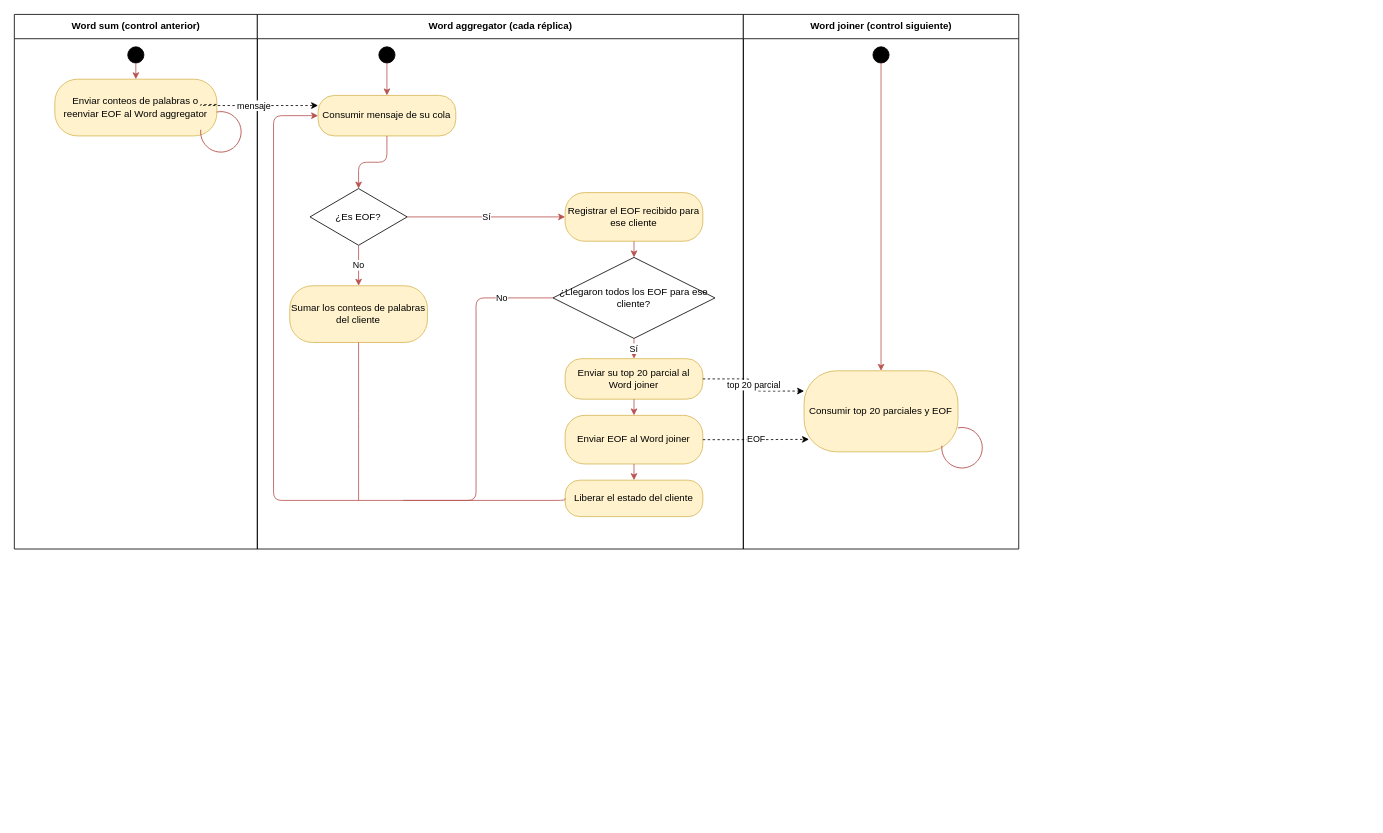
LuccaMarino/tp-grupal_Distribuidos keeps this draw.io diagram as diseño/diagramas/actividades.drawio. Above is the earlier version. Source tidied: cells renumbered, new cells numbered last; positions are measured from the earlier drawing's top-left corner, leaving out a move shared by most shapes. Both pictures are drawn from the tidied source at 81%, with x=0, y=0 at pixel (14, 14).
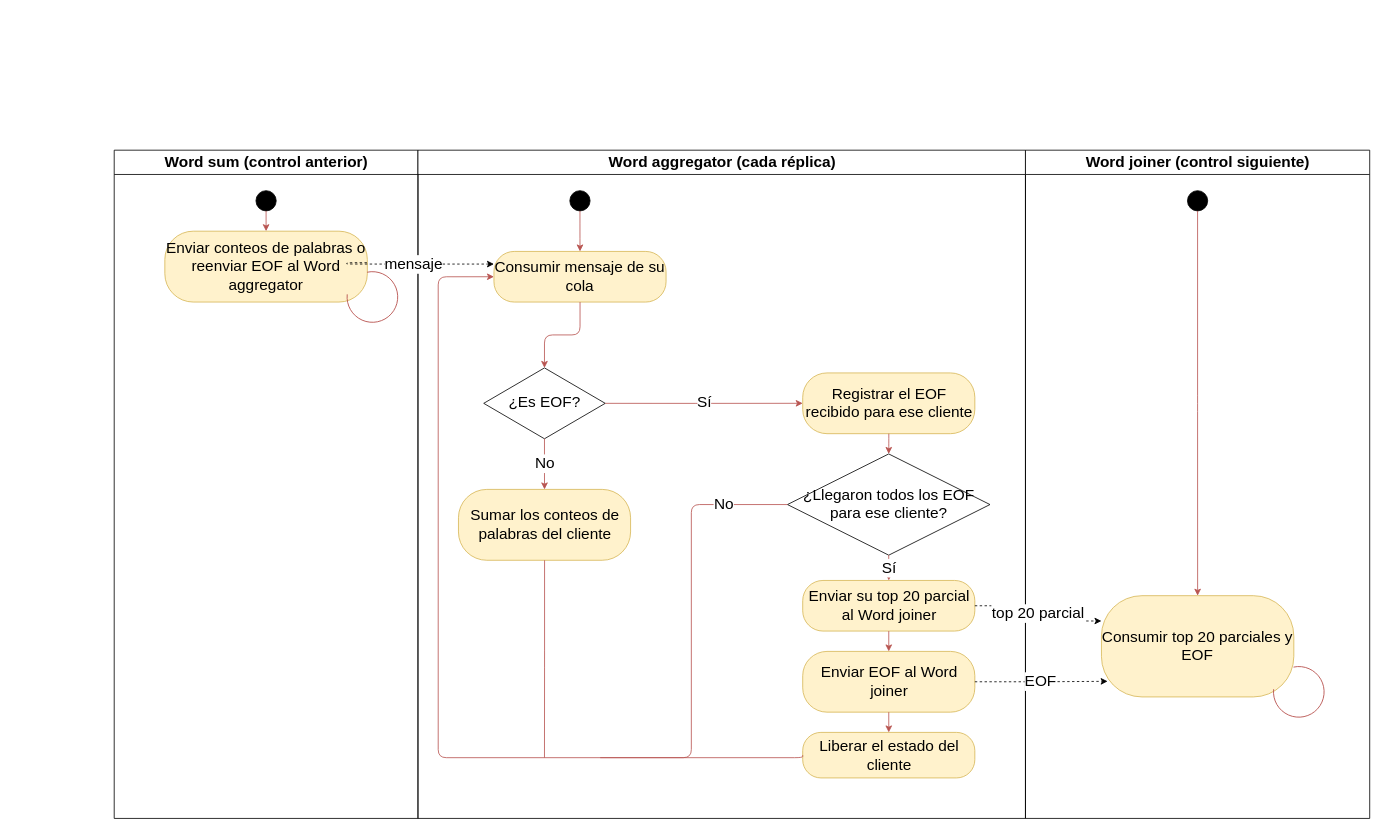
Above is the later version.

Commit message (it also covers changes not shown here):
Cambios en integrantes y diagramas con fondo blanco

Diff of the diagram source:
```diff
@@
-    <mxCell id="2" value="Word sum (control anterior)" style="swimlane;html=1;startSize=30;fontStyle=1;" parent="1" vertex="1">
-      <mxGeometry x="0.2" y="0.3" width="300" height="660" as="geometry" />
+    <mxCell id="2" value="Word sum (control anterior)" style="swimlane;html=1;startSize=30;fontStyle=1;fontSize=19;" parent="1" vertex="1">
+      <mxGeometry x="123.5" y="167.9" width="375" height="825" as="geometry" />
     </mxCell>
     <mxCell id="3" style="ellipse;fillColor=#000000;strokeColor=#000000;html=1;" parent="2" vertex="1">
-      <mxGeometry x="140" y="40" width="20" height="20" as="geometry" />
+      <mxGeometry x="175" y="50" width="25" height="25" as="geometry" />
     </mxCell>
-    <mxCell id="4" value="Enviar conteos de palabras o reenviar EOF al Word aggregator" style="rounded=1;arcSize=40;whiteSpace=wrap;html=1;fillColor=#fff2cc;strokeColor=#d6b656;" parent="2" vertex="1">
-      <mxGeometry x="50" y="80" width="200" height="70" as="geometry" />
+    <mxCell id="4" value="Enviar conteos de palabras o reenviar EOF al Word aggregator" style="rounded=1;arcSize=40;whiteSpace=wrap;html=1;fillColor=#fff2cc;strokeColor=#d6b656;fontSize=19;" parent="2" vertex="1">
+      <mxGeometry x="62.5" y="100" width="250" height="87.5" as="geometry" />
     </mxCell>
     <mxCell id="5" style="shape=mxgraph.basic.arc;html=1;startAngle=0.3;endAngle=0.1;endArrow=classic;endFill=1;rotation=-120;strokeColor=#b85450;" parent="2" vertex="1">
-      <mxGeometry x="230" y="120" width="50" height="50" as="geometry" />
+      <mxGeometry x="287.5" y="150" width="62.5" height="62.5" as="geometry" />
     </mxCell>
-    <mxCell id="6" value="Word aggregator (cada réplica)" style="swimlane;html=1;startSize=30;fontStyle=1;" parent="1" vertex="1">
-      <mxGeometry x="300.2" y="0.3" width="600" height="660" as="geometry" />
+    <mxCell id="6" value="Word aggregator (cada réplica)" style="swimlane;html=1;startSize=30;fontStyle=1;fontSize=19;" parent="1" vertex="1">
+      <mxGeometry x="498.5" y="167.9" width="750" height="825" as="geometry" />
     </mxCell>
-    <mxCell id="7" value="Consumir mensaje de su cola" style="rounded=1;arcSize=40;whiteSpace=wrap;html=1;fillColor=#fff2cc;strokeColor=#d6b656;" parent="6" vertex="1">
-      <mxGeometry x="75" y="100" width="170" height="50" as="geometry" />
+    <mxCell id="7" value="Consumir mensaje de su cola" style="rounded=1;arcSize=40;whiteSpace=wrap;html=1;fillColor=#fff2cc;strokeColor=#d6b656;fontSize=19;" parent="6" vertex="1">
+      <mxGeometry x="93.8" y="125" width="212.5" height="62.5" as="geometry" />
     </mxCell>
-    <mxCell id="8" value="¿Es EOF?" style="rhombus;whiteSpace=wrap;html=1;fillColor=#ffffff;" parent="6" vertex="1">
-      <mxGeometry x="65" y="215" width="120" height="70" as="geometry" />
+    <mxCell id="8" value="¿Es EOF?" style="rhombus;whiteSpace=wrap;html=1;fillColor=#ffffff;fontSize=19;" parent="6" vertex="1">
+      <mxGeometry x="81.2" y="268.8" width="150" height="87.5" as="geometry" />
     </mxCell>
-    <mxCell id="9" value="Sumar los conteos de palabras del cliente" style="rounded=1;arcSize=40;whiteSpace=wrap;html=1;fillColor=#fff2cc;strokeColor=#d6b656;" parent="6" vertex="1">
-      <mxGeometry x="40" y="335" width="170" height="70" as="geometry" />
+    <mxCell id="9" value="Sumar los conteos de palabras del cliente" style="rounded=1;arcSize=40;whiteSpace=wrap;html=1;fillColor=#fff2cc;strokeColor=#d6b656;fontSize=19;" parent="6" vertex="1">
+      <mxGeometry x="50" y="418.8" width="212.5" height="87.5" as="geometry" />
     </mxCell>
-    <mxCell id="10" value="Registrar el EOF recibido para ese cliente" style="rounded=1;arcSize=40;whiteSpace=wrap;html=1;fillColor=#fff2cc;strokeColor=#d6b656;" parent="6" vertex="1">
-      <mxGeometry x="380" y="220" width="170" height="60" as="geometry" />
+    <mxCell id="10" value="Registrar el EOF recibido para ese cliente" style="rounded=1;arcSize=40;whiteSpace=wrap;html=1;fillColor=#fff2cc;strokeColor=#d6b656;fontSize=19;" parent="6" vertex="1">
+      <mxGeometry x="475" y="275" width="212.5" height="75" as="geometry" />
     </mxCell>
-    <mxCell id="11" value="¿Llegaron todos los EOF para ese cliente?" style="rhombus;whiteSpace=wrap;html=1;fillColor=#ffffff;" parent="6" vertex="1">
-      <mxGeometry x="365" y="300" width="200" height="100" as="geometry" />
+    <mxCell id="11" value="¿Llegaron todos los EOF para ese cliente?" style="rhombus;whiteSpace=wrap;html=1;fillColor=#ffffff;fontSize=19;" parent="6" vertex="1">
+      <mxGeometry x="456.2" y="375" width="250" height="125" as="geometry" />
     </mxCell>
-    <mxCell id="12" value="Enviar su top 20 parcial al Word joiner" style="rounded=1;arcSize=40;whiteSpace=wrap;html=1;fillColor=#fff2cc;strokeColor=#d6b656;" parent="6" vertex="1">
-      <mxGeometry x="380" y="425" width="170" height="50" as="geometry" />
+    <mxCell id="12" value="Enviar su top 20 parcial al Word joiner" style="rounded=1;arcSize=40;whiteSpace=wrap;html=1;fillColor=#fff2cc;strokeColor=#d6b656;fontSize=19;" parent="6" vertex="1">
+      <mxGeometry x="475" y="531.2" width="212.5" height="62.5" as="geometry" />
     </mxCell>
-    <mxCell id="13" value="Enviar EOF al Word joiner" style="rounded=1;arcSize=40;whiteSpace=wrap;html=1;fillColor=#fff2cc;strokeColor=#d6b656;" parent="6" vertex="1">
-      <mxGeometry x="380" y="495" width="170" height="60" as="geometry" />
+    <mxCell id="13" value="Enviar EOF al Word joiner" style="rounded=1;arcSize=40;whiteSpace=wrap;html=1;fillColor=#fff2cc;strokeColor=#d6b656;fontSize=19;" parent="6" vertex="1">
+      <mxGeometry x="475" y="618.8" width="212.5" height="75" as="geometry" />
     </mxCell>
-    <mxCell id="14" value="Liberar el estado del cliente" style="rounded=1;arcSize=40;whiteSpace=wrap;html=1;fillColor=#fff2cc;strokeColor=#d6b656;" parent="6" vertex="1">
-      <mxGeometry x="380" y="575" width="170" height="45" as="geometry" />
+    <mxCell id="14" value="Liberar el estado del cliente" style="rounded=1;arcSize=40;whiteSpace=wrap;html=1;fillColor=#fff2cc;strokeColor=#d6b656;fontSize=19;" parent="6" vertex="1">
+      <mxGeometry x="475" y="718.8" width="212.5" height="56.2" as="geometry" />
     </mxCell>
     <mxCell id="15" style="ellipse;fillColor=#000000;strokeColor=#000000;html=1;" parent="6" vertex="1">
-      <mxGeometry x="150" y="40" width="20" height="20" as="geometry" />
+      <mxGeometry x="187.5" y="50" width="25" height="25" as="geometry" />
     </mxCell>
@@
     <mxCell id="17" style="edgeStyle=orthogonalEdgeStyle;html=1;endArrow=classic;strokeColor=#b85450;exitX=0;exitY=0.5;entryX=0;entryY=0.5;entryDx=0;entryDy=0;" parent="6" edge="1" source="14" target="7">
       <mxGeometry x="0.01" relative="1" as="geometry">
         <Array as="points">
-          <mxPoint x="380" y="600" />
-          <mxPoint x="20" y="600" />
-          <mxPoint x="20" y="125" />
+          <mxPoint x="475" y="750" />
+          <mxPoint x="25" y="750" />
+          <mxPoint x="25" y="156.2" />
         </Array>
       </mxGeometry>
     </mxCell>
-    <mxCell id="18" value="Word joiner (control siguiente)" style="swimlane;html=1;startSize=30;fontStyle=1;" parent="1" vertex="1">
-      <mxGeometry x="900.2" y="0.3" width="340" height="660" as="geometry" />
+    <mxCell id="18" value="Word joiner (control siguiente)" style="swimlane;html=1;startSize=30;fontStyle=1;fontSize=19;" parent="1" vertex="1">
+      <mxGeometry x="1248.5" y="167.9" width="425" height="825" as="geometry" />
     </mxCell>
-    <mxCell id="19" value="Consumir top 20 parciales y EOF" style="rounded=1;arcSize=40;whiteSpace=wrap;html=1;fillColor=#fff2cc;strokeColor=#d6b656;" parent="18" vertex="1">
-      <mxGeometry x="75" y="440" width="190" height="100" as="geometry" />
+    <mxCell id="19" value="Consumir top 20 parciales y EOF" style="rounded=1;arcSize=40;whiteSpace=wrap;html=1;fillColor=#fff2cc;strokeColor=#d6b656;fontSize=19;" parent="18" vertex="1">
+      <mxGeometry x="93.8" y="550" width="237.5" height="125" as="geometry" />
     </mxCell>
     <mxCell id="20" style="ellipse;fillColor=#000000;strokeColor=#000000;html=1;" parent="18" vertex="1">
-      <mxGeometry x="160" y="40" width="20" height="20" as="geometry" />
+      <mxGeometry x="200" y="50" width="25" height="25" as="geometry" />
     </mxCell>
@@
     <mxCell id="22" style="shape=mxgraph.basic.arc;html=1;startAngle=0.3;endAngle=0.1;endArrow=classic;endFill=1;rotation=-120;strokeColor=#b85450;" parent="18" vertex="1">
-      <mxGeometry x="245" y="510" width="50" height="50" as="geometry" />
+      <mxGeometry x="306.2" y="637.5" width="62.5" height="62.5" as="geometry" />
     </mxCell>
@@
-    <mxCell id="25" value="No" style="edgeStyle=orthogonalEdgeStyle;html=1;endArrow=classic;strokeColor=#b85450;exitX=0.5;exitY=1;entryX=0.5;entryY=0;" parent="1" edge="1" source="8" target="9">
+    <mxCell id="25" value="No" style="edgeStyle=orthogonalEdgeStyle;html=1;endArrow=classic;strokeColor=#b85450;exitX=0.5;exitY=1;entryX=0.5;entryY=0;fontSize=19;" parent="1" edge="1" source="8" target="9">
       <mxGeometry relative="1" as="geometry" />
     </mxCell>
-    <mxCell id="26" value="Sí" style="edgeStyle=orthogonalEdgeStyle;html=1;endArrow=classic;strokeColor=#b85450;exitX=1;exitY=0.5;entryX=0;entryY=0.5;" parent="1" edge="1" source="8" target="10">
+    <mxCell id="26" value="Sí" style="edgeStyle=orthogonalEdgeStyle;html=1;endArrow=classic;strokeColor=#b85450;exitX=1;exitY=0.5;entryX=0;entryY=0.5;fontSize=19;" parent="1" edge="1" source="8" target="10">
       <mxGeometry relative="1" as="geometry" />
     </mxCell>
@@
-    <mxCell id="28" value="Sí" style="edgeStyle=orthogonalEdgeStyle;html=1;endArrow=classic;strokeColor=#b85450;" parent="1" edge="1" source="11" target="12">
+    <mxCell id="28" value="Sí" style="edgeStyle=orthogonalEdgeStyle;html=1;endArrow=classic;strokeColor=#b85450;fontSize=19;" parent="1" edge="1" source="11" target="12">
       <mxGeometry relative="1" as="geometry" />
     </mxCell>
-    <mxCell id="29" value="No" style="edgeStyle=orthogonalEdgeStyle;html=1;endArrow=none;strokeColor=#b85450;exitX=0;exitY=0.5;startArrow=none;startFill=0;endFill=0;" parent="1" edge="1" source="11">
+    <mxCell id="29" value="No" style="edgeStyle=orthogonalEdgeStyle;html=1;endArrow=none;strokeColor=#b85450;exitX=0;exitY=0.5;startArrow=none;startFill=0;endFill=0;fontSize=19;" parent="1" edge="1" source="11">
       <mxGeometry x="-0.71" relative="1" as="geometry">
-        <mxPoint x="480.2" y="600.3" as="targetPoint" />
+        <mxPoint x="723.5" y="917.9" as="targetPoint" />
         <Array as="points">
-          <mxPoint x="570.2" y="350.3" />
-          <mxPoint x="570.2" y="600.3" />
+          <mxPoint x="836" y="605.4" />
+          <mxPoint x="836" y="917.9" />
         </Array>
       </mxGeometry>
     </mxCell>
@@
     <mxCell id="32" style="edgeStyle=orthogonalEdgeStyle;html=1;endArrow=none;strokeColor=#b85450;endFill=0;" parent="1" edge="1" source="9">
       <mxGeometry relative="1" as="geometry">
-        <mxPoint x="425.2" y="600.3" as="targetPoint" />
+        <mxPoint x="654.7" y="917.9" as="targetPoint" />
       </mxGeometry>
     </mxCell>
-    <mxCell id="33" value="mensaje" style="edgeStyle=orthogonalEdgeStyle;html=1;endArrow=classic;dashed=1;exitX=0.998;exitY=0.445;entryX=0;entryY=0.25;entryDx=0;entryDy=0;exitDx=0;exitDy=0;exitPerimeter=0;" parent="1" edge="1" source="4" target="7">
+    <mxCell id="33" value="mensaje" style="edgeStyle=orthogonalEdgeStyle;html=1;endArrow=classic;dashed=1;exitX=0.998;exitY=0.445;entryX=0;entryY=0.25;entryDx=0;entryDy=0;exitDx=0;exitDy=0;exitPerimeter=0;fontSize=19;" parent="1" edge="1" source="4" target="7">
       <mxGeometry x="0.05" relative="1" as="geometry">
         <Array as="points">
-          <mxPoint x="229.8" y="112.8" />
+          <mxPoint x="410.5" y="308.5" />
         </Array>
       </mxGeometry>
     </mxCell>
-    <mxCell id="34" value="top 20 parcial" style="edgeStyle=orthogonalEdgeStyle;html=1;endArrow=classic;dashed=1;exitX=1;exitY=0.5;entryX=0;entryY=0.25;" parent="1" edge="1" source="12" target="19">
+    <mxCell id="34" value="top 20 parcial" style="edgeStyle=orthogonalEdgeStyle;html=1;endArrow=classic;dashed=1;exitX=1;exitY=0.5;entryX=0;entryY=0.25;fontSize=19;" parent="1" edge="1" source="12" target="19">
       <mxGeometry relative="1" as="geometry" />
     </mxCell>
-    <mxCell id="35" value="EOF" style="edgeStyle=orthogonalEdgeStyle;html=1;endArrow=classic;dashed=1;exitX=1;exitY=0.5;entryX=0.032;entryY=0.846;entryDx=0;entryDy=0;entryPerimeter=0;" parent="1" edge="1" source="13" target="19">
+    <mxCell id="35" value="EOF" style="edgeStyle=orthogonalEdgeStyle;html=1;endArrow=classic;dashed=1;exitX=1;exitY=0.5;entryX=0.032;entryY=0.846;entryDx=0;entryDy=0;entryPerimeter=0;fontSize=19;" parent="1" edge="1" source="13" target="19">
       <mxGeometry relative="1" as="geometry" />
     </mxCell>
```
